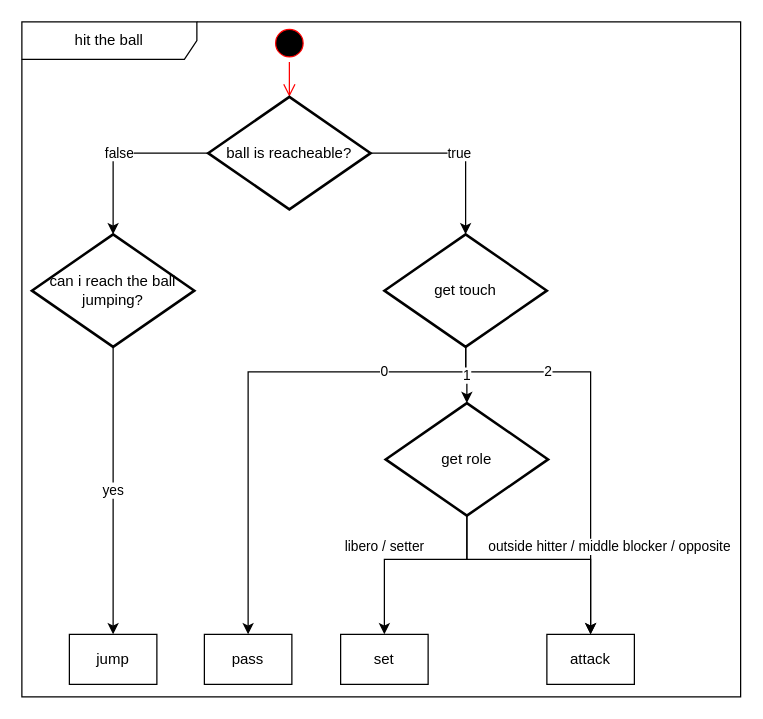
This is Project/Documentation/Diagrams/hit.drawio from mikymaione/Folie, a draw.io file, before an edit. Source tidied: cells renumbered, new cells numbered last; positions are measured from the earlier drawing's top-left corner, leaving out a move shared by most shapes. Both pictures are drawn from the tidied source at 125%, with x=0, y=0 at pixel (21, 21).
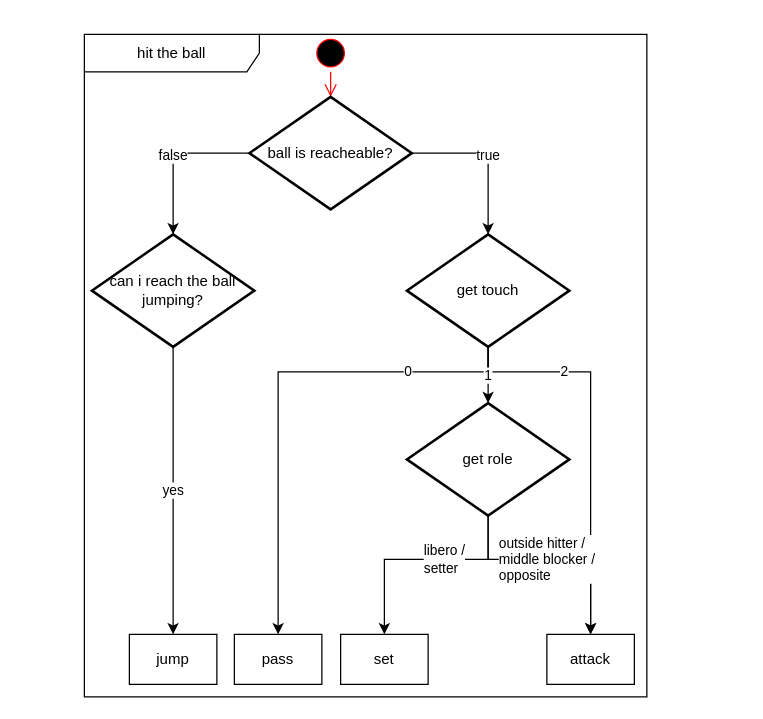
Above is the later version.

Unchanged cells that the change refers to:
```xml
<mxCell id="18" value="set" style="rounded=0;whiteSpace=wrap;html=1;" parent="1" vertex="1">
  <mxGeometry x="255" y="490" width="70" height="40" as="geometry" />
</mxCell>
<mxCell id="19" value="attack" style="rounded=0;whiteSpace=wrap;html=1;" parent="1" vertex="1">
  <mxGeometry x="420" y="490" width="70" height="40" as="geometry" />
</mxCell>
```

Diff of the diagram source:
```diff
@@
     <mxCell id="2" value="hit the ball" style="shape=umlFrame;whiteSpace=wrap;html=1;width=140;height=30;" parent="1" vertex="1">
-      <mxGeometry width="575" height="540" as="geometry" />
+      <mxGeometry x="50" y="10" width="450" height="530" as="geometry" />
     </mxCell>
@@
     <mxCell id="4" value="can i reach the ball jumping?" style="strokeWidth=2;html=1;shape=mxgraph.flowchart.decision;whiteSpace=wrap;" parent="1" vertex="1">
-      <mxGeometry x="8" y="170" width="130" height="90" as="geometry" />
+      <mxGeometry x="56" y="170" width="130" height="90" as="geometry" />
     </mxCell>
     <mxCell id="5" style="ellipse;html=1;shape=startState;fillColor=#000000;strokeColor=#ff0000;" parent="1" vertex="1">
-      <mxGeometry x="199" y="2" width="30" height="30" as="geometry" />
+      <mxGeometry x="232" y="10" width="30" height="30" as="geometry" />
     </mxCell>
@@
     <mxCell id="8" value="ball is reacheable?" style="strokeWidth=2;html=1;shape=mxgraph.flowchart.decision;whiteSpace=wrap;" parent="1" vertex="1">
-      <mxGeometry x="149" y="60" width="130" height="90" as="geometry" />
+      <mxGeometry x="182" y="60" width="130" height="90" as="geometry" />
     </mxCell>
     <mxCell id="9" value="false" style="endArrow=classic;html=1;rounded=0;edgeStyle=orthogonalEdgeStyle;" parent="1" edge="1" source="8" target="4">
-      <mxGeometry relative="1" as="geometry" />
+      <mxGeometry relative="1" as="geometry">
+        <Array as="points">
+          <mxPoint x="121" y="105" />
+        </Array>
+      </mxGeometry>
     </mxCell>
     <mxCell id="10" value="0" style="edgeStyle=orthogonalEdgeStyle;rounded=0;jettySize=auto;html=1;exitX=0.5;exitY=1;exitDx=0;exitDy=0;exitPerimeter=0;entryX=0.5;entryY=0;entryDx=0;entryDy=0;" parent="1" edge="1" source="13" target="14">
       <mxGeometry x="-0.58" relative="1" as="geometry">
         <Array as="points">
-          <mxPoint x="355" y="280" />
-          <mxPoint x="181" y="280" />
+          <mxPoint x="373" y="280" />
+          <mxPoint x="205" y="280" />
         </Array>
       </mxGeometry>
     </mxCell>
     <mxCell id="11" value="2" style="edgeStyle=orthogonalEdgeStyle;rounded=0;jettySize=auto;html=1;exitX=0.5;exitY=1;exitDx=0;exitDy=0;exitPerimeter=0;entryX=0.5;entryY=0;entryDx=0;entryDy=0;" parent="1" edge="1" source="13" target="19">
       <mxGeometry x="-0.48" relative="1" as="geometry">
         <Array as="points">
-          <mxPoint x="355" y="280" />
+          <mxPoint x="373" y="280" />
           <mxPoint x="455" y="280" />
         </Array>
       </mxGeometry>
     </mxCell>
@@
     <mxCell id="13" value="get touch" style="strokeWidth=2;html=1;shape=mxgraph.flowchart.decision;whiteSpace=wrap;" parent="1" vertex="1">
-      <mxGeometry x="290" y="170" width="130" height="90" as="geometry" />
+      <mxGeometry x="308" y="170" width="130" height="90" as="geometry" />
     </mxCell>
     <mxCell id="14" value="pass" style="rounded=0;whiteSpace=wrap;html=1;" parent="1" vertex="1">
-      <mxGeometry x="146" y="490" width="70" height="40" as="geometry" />
+      <mxGeometry x="170" y="490" width="70" height="40" as="geometry" />
     </mxCell>
-    <mxCell id="15" value="libero / setter" style="edgeStyle=orthogonalEdgeStyle;rounded=0;jettySize=auto;html=1;exitX=0.5;exitY=1;exitDx=0;exitDy=0;exitPerimeter=0;entryX=0.5;entryY=0;entryDx=0;entryDy=0;" parent="1" edge="1" source="17" target="18">
-      <mxGeometry x="0.25" y="-10" relative="1" as="geometry">
+    <mxCell id="15" value="libero /&lt;br&gt;setter" style="edgeStyle=orthogonalEdgeStyle;rounded=0;jettySize=auto;html=1;exitX=0.5;exitY=1;exitDx=0;exitDy=0;exitPerimeter=0;entryX=0.5;entryY=0;entryDx=0;entryDy=0;align=left;" parent="1" edge="1" source="17" target="18">
+      <mxGeometry x="-0.01" relative="1" as="geometry">
         <Array as="points">
-          <mxPoint x="356" y="430" />
+          <mxPoint x="373" y="430" />
           <mxPoint x="290" y="430" />
         </Array>
-        <mxPoint x="10" y="-10" as="offset" />
       </mxGeometry>
     </mxCell>
-    <mxCell id="16" value="outside hitter / middle blocker / opposite" style="edgeStyle=orthogonalEdgeStyle;rounded=0;jettySize=auto;html=1;exitX=0.5;exitY=1;exitDx=0;exitDy=0;exitPerimeter=0;entryX=0.5;entryY=0;entryDx=0;entryDy=0;" parent="1" edge="1" source="17" target="19">
-      <mxGeometry x="0.38" y="18" relative="1" as="geometry">
+    <mxCell id="16" value="outside hitter /&lt;br&gt;middle blocker /&lt;br&gt;opposite" style="edgeStyle=orthogonalEdgeStyle;rounded=0;jettySize=auto;html=1;exitX=0.5;exitY=1;exitDx=0;exitDy=0;exitPerimeter=0;entryX=0.5;entryY=0;entryDx=0;entryDy=0;align=left;" parent="1" edge="1" source="17" target="19">
+      <mxGeometry x="-0.61" y="7" relative="1" as="geometry">
         <Array as="points">
-          <mxPoint x="356" y="430" />
+          <mxPoint x="373" y="430" />
           <mxPoint x="455" y="430" />
         </Array>
-        <mxPoint x="-3" y="-10" as="offset" />
+        <mxPoint x="7" y="7" as="offset" />
       </mxGeometry>
     </mxCell>
     <mxCell id="17" value="get role" style="strokeWidth=2;html=1;shape=mxgraph.flowchart.decision;whiteSpace=wrap;" parent="1" vertex="1">
-      <mxGeometry x="291" y="305" width="130" height="90" as="geometry" />
+      <mxGeometry x="308" y="305" width="130" height="90" as="geometry" />
     </mxCell>
@@
     <mxCell id="20" value="jump" style="rounded=0;whiteSpace=wrap;html=1;" parent="1" vertex="1">
-      <mxGeometry x="38" y="490" width="70" height="40" as="geometry" />
+      <mxGeometry x="86" y="490" width="70" height="40" as="geometry" />
     </mxCell>
```
